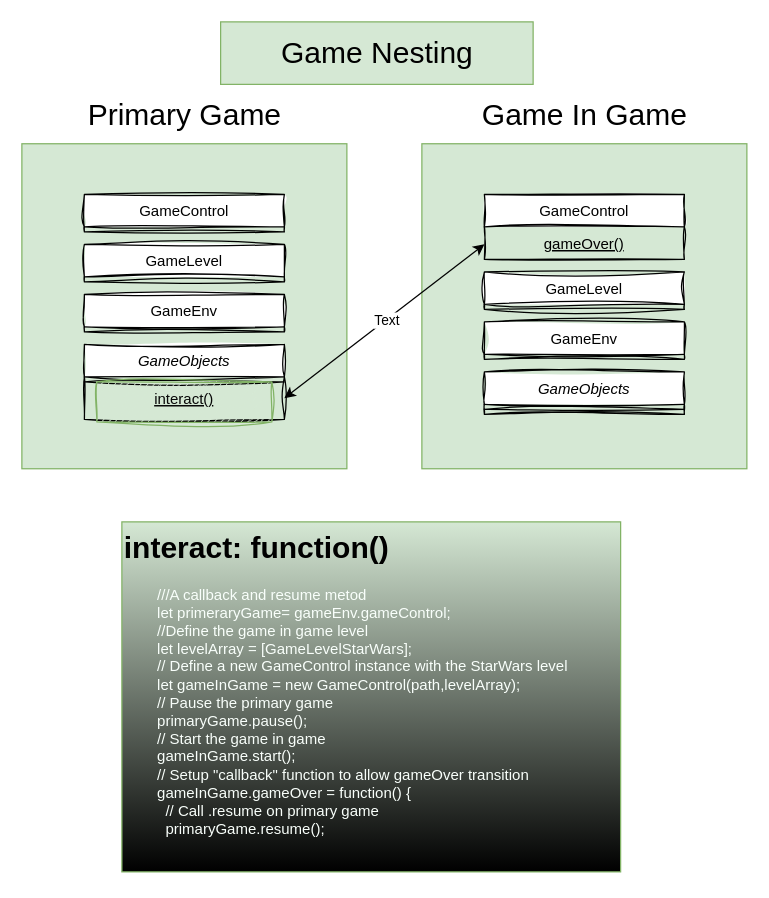
This is design/portfolioDrawio/gameInGame.drawio from xinjiav2/NileBrownGameTest, a draw.io file, before an edit. Source tidied: cells renumbered, new cells numbered last; positions are measured from the earlier drawing's top-left corner, leaving out a move shared by most shapes. Both pictures are drawn from the tidied source at 125%, with x=0, y=0 at pixel (21, 21).
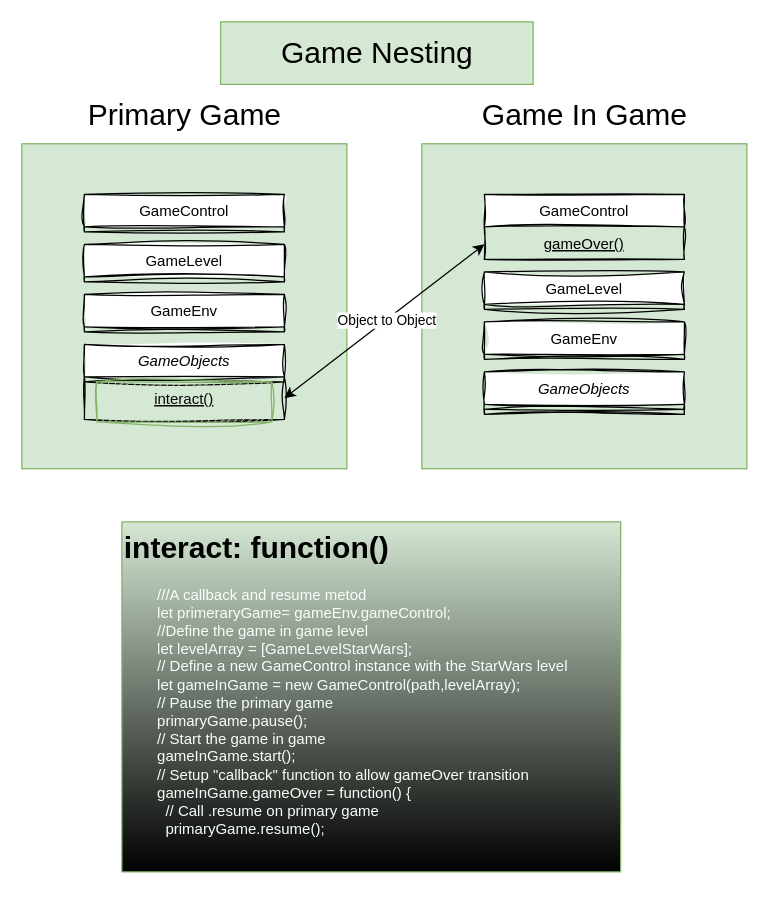
Above is the later version.

Commit message:
add comment on line

The change refers to these unchanged cells:
```xml
<mxCell id="20" style="endArrow=classic;startArrow=classic;html=1;entryX=0;entryY=0.75;entryDx=0;entryDy=0;" parent="1" edge="1">
  <mxGeometry relative="1" as="geometry">
    <mxPoint x="210" y="301" as="sourcePoint" />
    <mxPoint x="370" y="178" as="targetPoint" />
  </mxGeometry>
</mxCell>
```

Change to the diagram source:
```diff
@@
-    <mxCell id="21" value="Text" style="edgeLabel;html=1;align=center;verticalAlign=middle;" parent="20" vertex="1">
+    <mxCell id="21" value="Object to Object" style="edgeLabel;html=1;align=center;verticalAlign=middle;" parent="20" vertex="1">
       <mxGeometry x="0.02" relative="1" as="geometry" />
     </mxCell>
```
